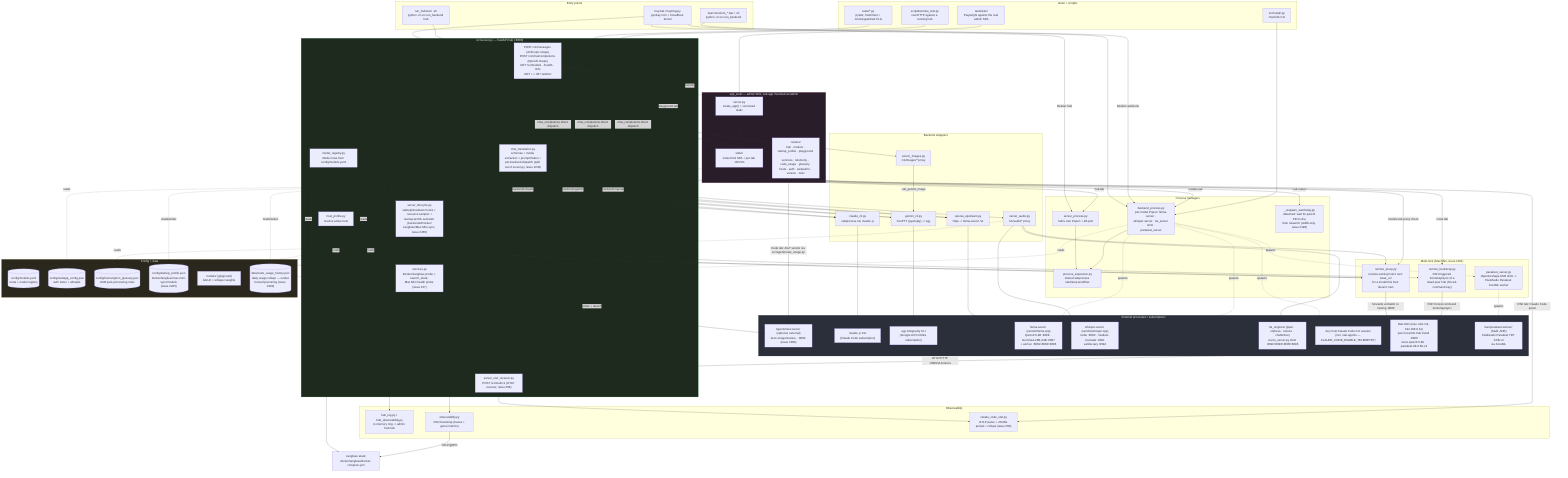
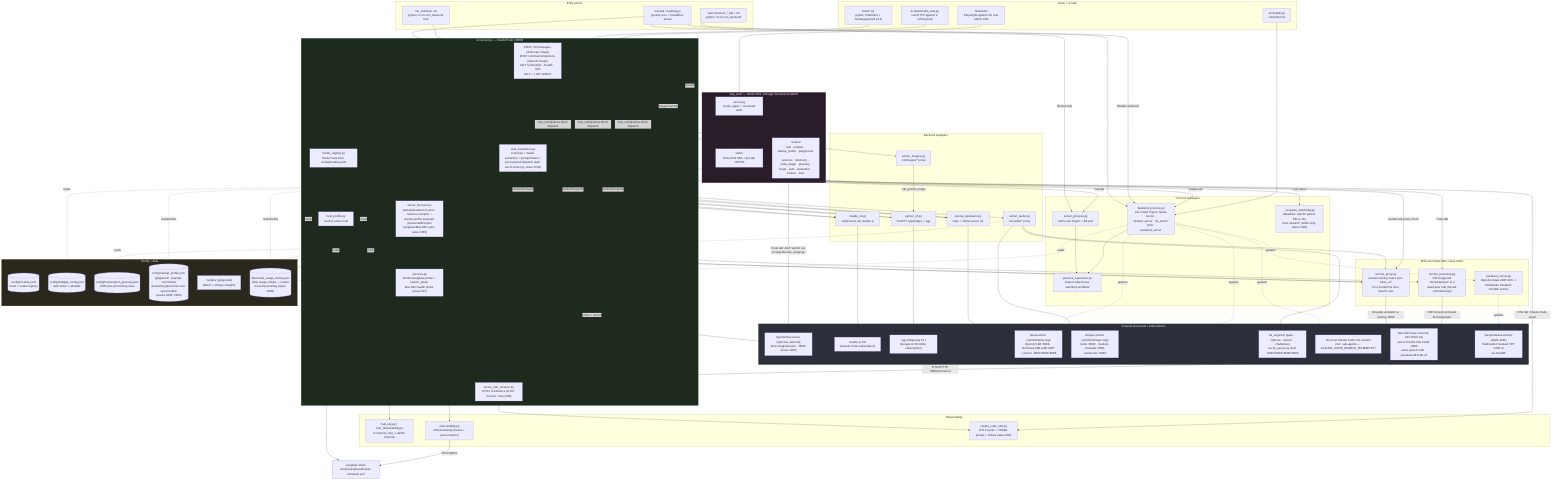
%% docs/architecture.mmd — local-llm-hub's own internal structure.
%% Hand-authored, not generated — companion to the fleet-wide convention in
%% ferraroroberto/fleet-config#256 (see that repo's own docs/architecture.mmd
%% for the reference dogfood). This is deliberately smaller than
%% docs/project-structure.md's three detailed diagrams (component/module/
%% sequence) — it's the one-glance map; project-structure.md stays the deep
%% reference. Update this diagram in the same PR as any material structural
%% change (a backend added/removed, a router moved, a process manager
%% relocated) — same anti-staleness contract as this repo's own `.fleet.toml`
%% `description` field.

flowchart TB
  subgraph entry["Entry points"]
    TRAY["tray.bat / tray/tray.py\npystray icon + Cloudflare tunnel"]
    RUNHUB["run_hub.bat / .sh\npython -m src.run_backend hub"]
    RUNMODEL["launchers/run_*.bat / .sh\npython -m src.run_backend <model_id>"]
  end

  subgraph core["src/server.py — FastAPI hub (:8000)"]
    SRV["POST /v1/messages (Anthropic shape)\nPOST /v1/chat/completions (OpenAI shape)\nGET /v1/models · /health · /info\nGET / -> 307 /admin/"]
    CHATT["chat_translation.py\nschemas + media extraction + prompt flatten +\nper-backend dispatch (split out of server.py, issue #245)"]
    LIFECYCLE["server_lifecycle.py\nstartup/shutdown hooks + resource sampler +\nstartup-profile autostart (backends/Docker/\nLangfuse/Mac-Mini-sync, issue #265)"]
    REG["model_registry.py\nModel rows from config/models.yaml"]
    HOSTP["host_profile.py\nresolve active host"]
    OTELRECV["server_otel_receiver.py\nPOST /v1/metrics (OTLP receiver, issue #68)"]
    SVC["services.py\nDocker/Langfuse probe + launch_stack,\nMac Mini health probe (issue #27)"]
  end
  TRAY --> SRV
  RUNHUB --> SRV
  SRV --> CHATT
  SRV --> LIFECYCLE
  SRV --> REG
  REG --> HOSTP
  LIFECYCLE --> SVC
  LIFECYCLE --> REMOTEBOOT
  SVC --> LANGFUSE
  SVC -->|probe + launch| AGENTSVIEW

  subgraph routing["Backend wrappers"]
    CLAUDECLI["claude_cli.py\nsubprocess.run claude -p"]
    GEMINICLI["gemini_cli.py\nConPTY (pywinpty) -> agy"]
    OAIUP["openai_upstream.py\nhttpx -> llama-server /v1"]
    AUDIOR["server_audio.py\n/v1/audio/* proxy"]
    IMAGESR["server_images.py\n/v1/images/* proxy"]
  end
  CHATT -->|backend=claude| CLAUDECLI
  CHATT -->|backend=gemini| GEMINICLI
  CHATT -->|backend=openai| OAIUP
  SRV -->|chat_completions direct dispatch| CLAUDECLI
  SRV -->|chat_completions direct dispatch| GEMINICLI
  SRV -->|chat_completions direct dispatch| OAIUP
  SRV --> AUDIOR
  SRV --> IMAGESR
  SRV --> OTELRECV
  IMAGESR -->|call_gemini_image| GEMINICLI

  subgraph multihost["Multi-host (Mac Mini, issue #181)"]
    REMOTEPROXY["remote_proxy.py\nresolve owning host's own base_url\nfor a model this host doesn't own"]
    REMOTEBOOT["remote_bootstrap.py\nSSH-triggered bootstrap/sync of a\ndead peer hub (forced-command key)"]
    PARAKEETSRV["parakeet_server.py\nOpenAI-shape ASR shim ->\nFluidAudio Parakeet CoreML worker"]
  end
  CHATT --> REMOTEPROXY
  SRV --> REMOTEPROXY
  AUDIOR --> REMOTEPROXY
  WROUT -->|models tab proxy check| REMOTEPROXY
  WROUT -->|hosts tab| REMOTEBOOT

  subgraph procmgr["Process managers"]
    SUPERVISOR["process_supervisor.py\nshared subprocess start/stop workflow"]
    SERVPROC["server_process.py\nhub's own Popen + kill-port"]
    BACKPROC["backend_process.py\nper-model Popen: llama-server ·\nwhisper-server · tts_server shim ·\nparakeet_server"]
    WATCHDOG["_respawn_watchdog.py\ndetached: wait for parent PID to die,\nthen relaunch (stdlib-only, issue #198)"]
  end
  RUNMODEL --> BACKPROC
  TRAY -->|Models submenu| BACKPROC
  TRAY -->|Restart hub| SERVPROC
  SERVPROC --> SUPERVISOR
  BACKPROC --> SUPERVISOR
  BACKPROC -.spawns.-> PARAKEETSRV

  subgraph ext["External processes / subscriptions"]
    CLAUDEBIN["claude -p CLI\n(Claude Code subscription)"]
    AGYBIN["agy Antigravity CLI\n(Google AI Pro/Ultra subscription)"]
    LLAMA["llama-server (vendor/llama.cpp)\nQwen3.5-4B :8088 · Gemma4-26B-A4B :8087\n+ ad-hoc :8081/:8082/:8086"]
    WHISPER["whisper-server (vendor/whisper.cpp)\nturbo :8090 · medium-translate :8091\nvanilla lazy :8094"]
    TTS["tts_engines/ (piper · orpheus · kokoro · chatterbox)\nvia tts_server.py shim :8092/:8093/:8095/:8096"]
    CCHOST["Any host Claude Code CLI session\n(incl. sub-agents — CLAUDE_CODE_ENABLE_TELEMETRY)"]
    MACMINI["Mac Mini (mac-mini-m4, 192.168.0.14)\npeer local-llm-hub install :8000\nowns qwen3.5-9b · parakeet-tdt-0.6b-v3"]
    PARAKEETWORKER["mac/parakeet-worker/ (Swift, ANE)\nFluidAudio Parakeet TDT 0.6B v3\nvia CoreML"]
    AGENTSVIEW["AgentsView server (optional, external)\nkenn-io/agentsview · :8080 (issue #280)"]
  end
  CLAUDECLI --> CLAUDEBIN
  GEMINICLI --> AGYBIN
  OAIUP --> LLAMA
  AUDIOR --> WHISPER
  AUDIOR --> TTS
  BACKPROC -.spawns.-> LLAMA
  BACKPROC -.spawns.-> WHISPER
  BACKPROC -.spawns.-> TTS
  CCHOST -->|OTLP/HTTP :8000/v1/metrics| OTELRECV
  REMOTEPROXY -->|forwards verbatim to owning :8000| MACMINI
  REMOTEBOOT -->|SSH forced-command bootstrap/sync| MACMINI
  PARAKEETSRV -.spawns.-> PARAKEETWORKER

  subgraph admin["app_web/ — admin SPA, sub-app mounted at /admin"]
    WSRV["server.py\ncreate_app() + versioned static"]
    WROUT["routers/\nhub · models · startup_profile · playground ·\nservices · telemetry · code_usage · glossary ·\nhosts · auth · webauthn · version · misc"]
    WSTATIC["static/\nindex.html SPA + per-tab JS/CSS"]
  end
  SRV -.mounts.-> WSRV
  WSRV --> WROUT
  WSRV --> WSTATIC
  WROUT -->|hub tab| SERVPROC
  WROUT -->|hub restart| WATCHDOG
  WROUT -->|models tab| BACKPROC
  WROUT -->|playground tab| SRV

  subgraph obs["Observability"]
    HUBLOG["hub_log.py / hub_observability.py\nin-memory ring -> admin Hub tab"]
    OTEL["observability.py\nOTel bootstrap (traces + genai metrics)"]
    CCOTEL["claude_code_otel.py\nOTLP parse + JSONL persist + rollups (issue #68)"]
  end
  SRV --> HUBLOG
  SRV --> OTEL
  OTEL -->|OTLP/gRPC| LANGFUSE["Langfuse stack\ndocker/langfuse/docker-compose.yml"]
  OTELRECV --> CCOTEL
  WROUT -->|OTel tab: Claude Code panel| CCOTEL
  WROUT -->|Code tab: AGY vendor via src/agentsview_usage.py| AGENTSVIEW

  subgraph cfg["Config + data"]
    MODELSYAML[("config/models.yaml\nhosts + model registry")]
    WEBCFG[("config/webapp_config.json\nauth token + allowlist")]
    GLOSSARY[("config/transcription_glossary.json\nASR post-processing rules")]
-     STARTUPCFG[("config/startup_profile.json\ndocker/langfuse/mac-mini-sync/models\n(issue #265)")]
+     STARTUPCFG[("config/startup_profile.json (gitignored; .example committed)\ndocker/langfuse/mac-mini-sync/models\n(issues #265, #304)")]
    MODELSDIR["models/ (gitignored)\nGGUF + whisper weights"]
    USAGEHIST[("data/code_usage_history.json\ndaily usage rollups — outlive\ntranscript pruning (issue #280)")]
  end
  REG -.reads.-> MODELSYAML
  HOSTP -.reads.-> MODELSYAML
  WSRV -.reads.-> WEBCFG
  AUDIOR -.reads.-> GLOSSARY
  BACKPROC -.reads.-> MODELSDIR
  REG -.reads.-> STARTUPCFG
  LIFECYCLE -.reads.-> STARTUPCFG
  WROUT -.reads/writes.-> STARTUPCFG
  WROUT -.reads/writes.-> USAGEHIST

  subgraph tests["tests/ + scripts/"]
    UNITTESTS["tests/*.py\npytest, TestClient + monkeypatched CLIs"]
    E2E["tests/e2e/\nPlaywright against the real admin SPA"]
    SMOKE["scripts/smoke_test.py\nreal HTTP against a running hub"]
    INSTALL["src/install.py\ncheck/fix CLI"]
  end
  UNITTESTS --> SRV
  E2E --> WSRV
  SMOKE --> SRV
  INSTALL --> BACKPROC

  classDef ext fill:#2a2f3a,stroke:#555,color:#eee
  classDef hub fill:#1d2a1d,stroke:#4a7,color:#eee
  classDef ui fill:#2a1d2a,stroke:#a47,color:#eee
  classDef cfgnode fill:#2a281d,stroke:#a94,color:#eee
  class ext ext
  class core hub
  class admin ui
  class cfg cfgnode
